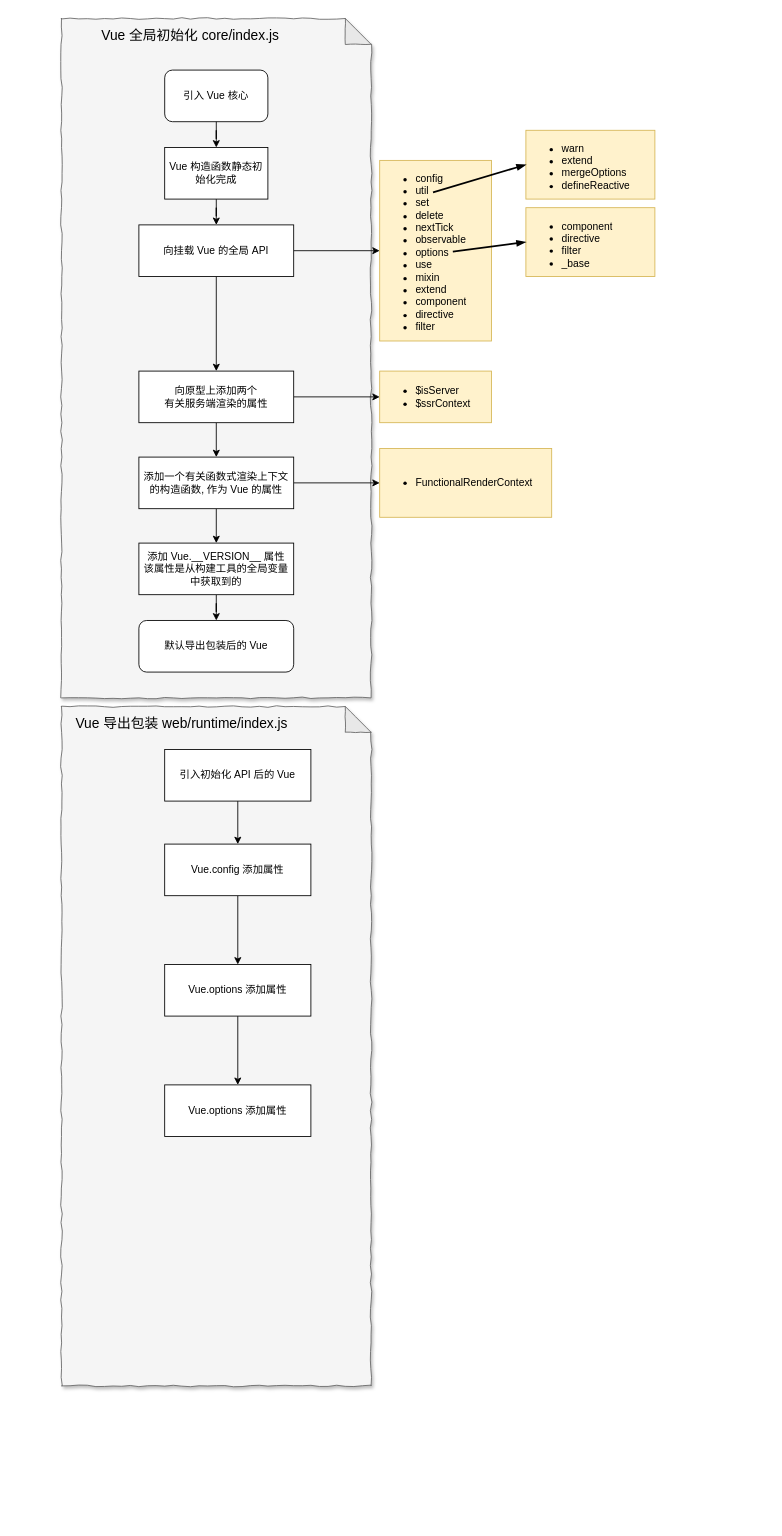
Above: page "第 1 页" (1 of 2) of diagram/Vue 全局初始化.drawio in uioz/library (draw.io), before the change. Source tidied: cells renumbered, new cells numbered last; positions are measured from the earlier drawing's top-left corner, leaving out a move shared by most shapes. Both pictures are drawn from the tidied source at 86%, with x=0, y=0 at pixel (61, 18).
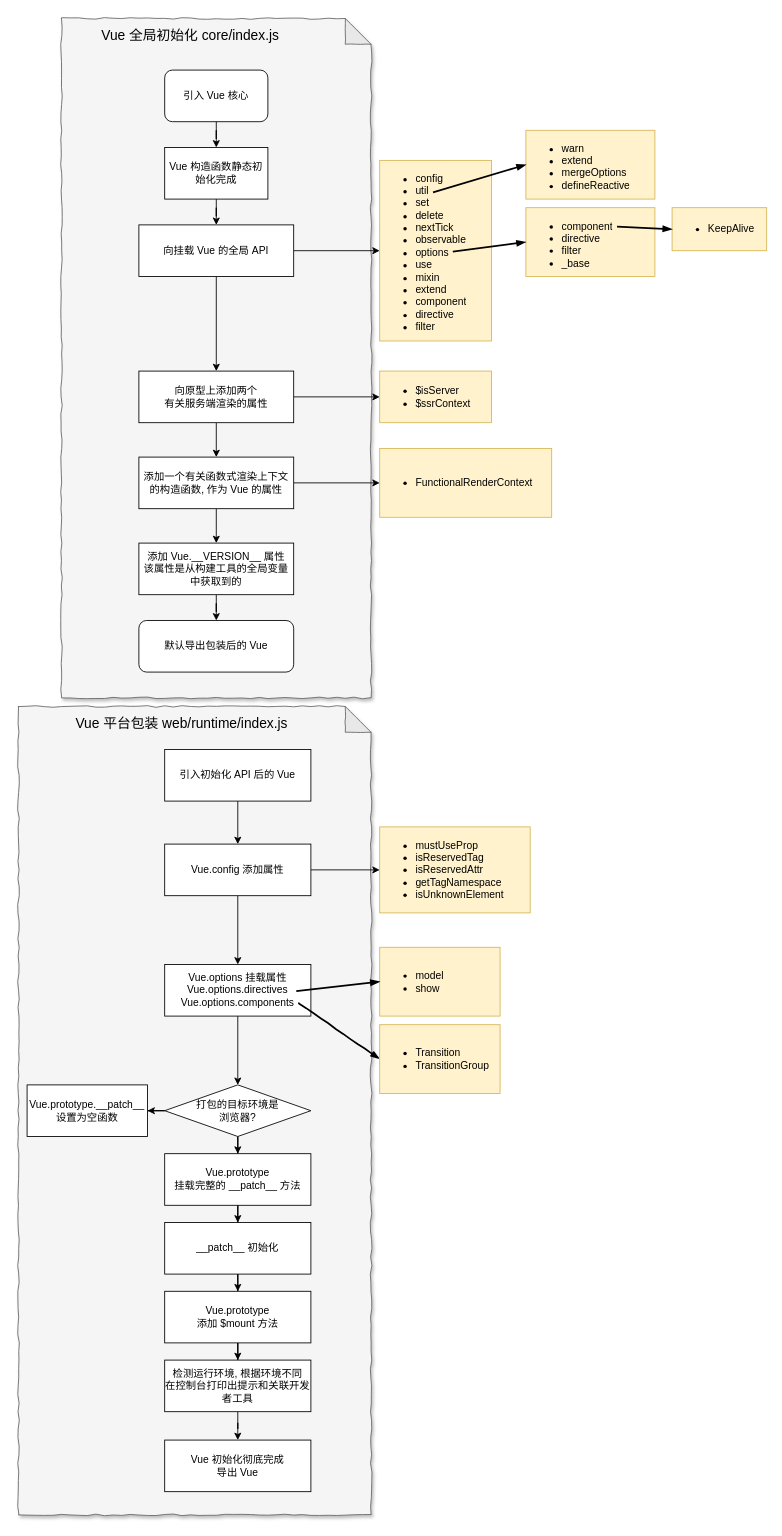
The same diagram, later.

The change refers to these unchanged cells:
```xml
<mxCell id="32" value="Vue.config 添加属性" style="rounded=0;whiteSpace=wrap;html=1;shadow=0;glass=0;comic=0;" parent="1" vertex="1">
  <mxGeometry x="120" y="960" width="170" height="60" as="geometry" />
</mxCell>
```

What changed in the source:
```diff
@@
     <mxCell id="27" style="shape=note;whiteSpace=wrap;html=1;backgroundOutline=1;darkOpacity=0.05;shadow=1;comic=1;fillColor=#f5f5f5;strokeColor=#666666;fontColor=#333333;" parent="1" vertex="1">
-      <mxGeometry y="800" width="360" height="790" as="geometry" />
+      <mxGeometry x="-50" y="800" width="410" height="940" as="geometry" />
     </mxCell>
-    <mxCell id="28" value="&lt;font style=&quot;font-size: 16px&quot;&gt;Vue 导出包装 web/runtime/index.js&lt;/font&gt;" style="text;html=1;strokeColor=none;fillColor=none;align=center;verticalAlign=middle;whiteSpace=wrap;rounded=0;shadow=0;glass=0;comic=0;" parent="1" vertex="1">
+    <mxCell id="28" value="&lt;font style=&quot;font-size: 16px&quot;&gt;Vue 平台包装 web/runtime/index.js&lt;/font&gt;" style="text;html=1;strokeColor=none;fillColor=none;align=center;verticalAlign=middle;whiteSpace=wrap;rounded=0;shadow=0;glass=0;comic=0;" parent="1" vertex="1">
       <mxGeometry y="810" width="280" height="20" as="geometry" />
     </mxCell>
@@
+    <mxCell id="36" style="edgeStyle=orthogonalEdgeStyle;rounded=0;jettySize=auto;html=1;entryX=0;entryY=0.5;entryDx=0;entryDy=0;" parent="1" edge="1" source="32" target="49">
+      <mxGeometry relative="1" as="geometry" />
+    </mxCell>
@@
-    <mxCell id="34" value="Vue.options 添加属性" style="rounded=0;whiteSpace=wrap;html=1;shadow=0;glass=0;comic=0;" parent="1" vertex="1">
+    <mxCell id="34" value="Vue.options 挂载属性&lt;br&gt;&lt;div&gt;&lt;span&gt;Vue&lt;/span&gt;&lt;span&gt;.&lt;/span&gt;&lt;span&gt;options&lt;/span&gt;&lt;span&gt;.&lt;/span&gt;&lt;span&gt;directives&lt;/span&gt;&lt;/div&gt;&lt;div&gt;&lt;div&gt;&lt;span&gt;Vue&lt;/span&gt;&lt;span&gt;.&lt;/span&gt;&lt;span&gt;options&lt;/span&gt;&lt;span&gt;.&lt;/span&gt;&lt;span&gt;components&lt;/span&gt;&lt;/div&gt;&lt;/div&gt;" style="rounded=0;whiteSpace=wrap;html=1;shadow=0;glass=0;comic=0;" parent="1" vertex="1">
       <mxGeometry x="120" y="1100" width="170" height="60" as="geometry" />
     </mxCell>
+    <mxCell id="37" style="edgeStyle=orthogonalEdgeStyle;rounded=0;comic=0;jettySize=auto;html=1;" parent="1" edge="1" source="35" target="41">
+      <mxGeometry relative="1" as="geometry" />
+    </mxCell>
+    <mxCell id="38" style="edgeStyle=orthogonalEdgeStyle;rounded=0;comic=0;jettySize=auto;html=1;" parent="1" edge="1" source="35" target="39">
+      <mxGeometry relative="1" as="geometry" />
+    </mxCell>
-    <mxCell id="35" value="Vue.options 添加属性" style="rounded=0;whiteSpace=wrap;html=1;shadow=0;glass=0;comic=0;" parent="1" vertex="1">
+    <mxCell id="35" value="打包的目标环境是&lt;br&gt;浏览器?&lt;br&gt;" style="rhombus;whiteSpace=wrap;html=1;shadow=0;fontFamily=Helvetica;fontSize=12;fontColor=#000000;align=center;strokeColor=#000000;fillColor=#ffffff;" parent="1" vertex="1">
       <mxGeometry x="120" y="1240" width="170" height="60" as="geometry" />
     </mxCell>
+    <mxCell id="39" value="Vue.prototype.&lt;span&gt;__patch__&lt;br&gt;设置为空函数&lt;br&gt;&lt;/span&gt;" style="rounded=0;whiteSpace=wrap;html=1;shadow=0;fontFamily=Helvetica;fontSize=12;fontColor=#000000;align=center;strokeColor=#000000;fillColor=#ffffff;" parent="1" vertex="1">
+      <mxGeometry x="-40" y="1240" width="140" height="60" as="geometry" />
+    </mxCell>
+    <mxCell id="40" style="edgeStyle=orthogonalEdgeStyle;rounded=0;comic=0;jettySize=auto;html=1;" parent="1" edge="1" source="41" target="43">
+      <mxGeometry relative="1" as="geometry" />
+    </mxCell>
+    <mxCell id="41" value="Vue.prototype&lt;br&gt;挂载完整的&amp;nbsp;&lt;span&gt;__patch__&lt;/span&gt;&lt;span&gt;&amp;nbsp;方法&lt;/span&gt;&lt;br&gt;" style="rounded=0;whiteSpace=wrap;html=1;shadow=0;fontFamily=Helvetica;fontSize=12;fontColor=#000000;align=center;strokeColor=#000000;fillColor=#ffffff;" parent="1" vertex="1">
+      <mxGeometry x="120" y="1320" width="170" height="60" as="geometry" />
+    </mxCell>
+    <mxCell id="42" style="edgeStyle=orthogonalEdgeStyle;rounded=0;comic=0;jettySize=auto;html=1;" parent="1" edge="1" source="43" target="45">
+      <mxGeometry relative="1" as="geometry" />
+    </mxCell>
+    <mxCell id="43" value="__patch__ 初始化&lt;br&gt;" style="rounded=0;whiteSpace=wrap;html=1;shadow=0;fontFamily=Helvetica;fontSize=12;fontColor=#000000;align=center;strokeColor=#000000;fillColor=#ffffff;" parent="1" vertex="1">
+      <mxGeometry x="120" y="1400" width="170" height="60" as="geometry" />
+    </mxCell>
+    <mxCell id="44" style="edgeStyle=orthogonalEdgeStyle;rounded=0;comic=0;jettySize=auto;html=1;" parent="1" edge="1" source="45" target="47">
+      <mxGeometry relative="1" as="geometry" />
+    </mxCell>
+    <mxCell id="45" value="Vue.prototype&lt;br&gt;添加 $mount 方法&lt;br&gt;" style="rounded=0;whiteSpace=wrap;html=1;shadow=0;fontFamily=Helvetica;fontSize=12;fontColor=#000000;align=center;strokeColor=#000000;fillColor=#ffffff;" parent="1" vertex="1">
+      <mxGeometry x="120" y="1480" width="170" height="60" as="geometry" />
+    </mxCell>
+    <mxCell id="46" style="edgeStyle=orthogonalEdgeStyle;rounded=0;comic=0;jettySize=auto;html=1;" parent="1" edge="1" source="47" target="48">
+      <mxGeometry relative="1" as="geometry" />
+    </mxCell>
+    <mxCell id="47" value="检测运行环境, 根据环境不同&lt;br&gt;在控制台打印出提示和关联开发者工具&lt;br&gt;" style="rounded=0;whiteSpace=wrap;html=1;shadow=0;fontFamily=Helvetica;fontSize=12;fontColor=#000000;align=center;strokeColor=#000000;fillColor=#ffffff;" parent="1" vertex="1">
+      <mxGeometry x="120" y="1560" width="170" height="60" as="geometry" />
+    </mxCell>
+    <mxCell id="48" value="Vue 初始化彻底完成&lt;br&gt;导出 Vue&lt;br&gt;" style="rounded=0;whiteSpace=wrap;html=1;shadow=0;fontFamily=Helvetica;fontSize=12;fontColor=#000000;align=center;strokeColor=#000000;fillColor=#ffffff;" parent="1" vertex="1">
+      <mxGeometry x="120" y="1653" width="170" height="60" as="geometry" />
+    </mxCell>
+    <mxCell id="49" value="&lt;ul&gt;&lt;li&gt;&lt;div&gt;&lt;span&gt;mustUseProp&lt;/span&gt;&lt;/div&gt;&lt;/li&gt;&lt;li&gt;&lt;div&gt;&lt;span&gt;&lt;div&gt;&lt;span&gt;isReservedTag&lt;/span&gt;&lt;/div&gt;&lt;/span&gt;&lt;/div&gt;&lt;/li&gt;&lt;li&gt;&lt;div&gt;&lt;span&gt;&lt;div&gt;&lt;span&gt;isReservedAttr&lt;/span&gt;&lt;/div&gt;&lt;/span&gt;&lt;/div&gt;&lt;/li&gt;&lt;li&gt;&lt;div&gt;&lt;span&gt;&lt;div&gt;&lt;span&gt;getTagNamespace&lt;/span&gt;&lt;/div&gt;&lt;/span&gt;&lt;/div&gt;&lt;/li&gt;&lt;li&gt;&lt;div&gt;&lt;span&gt;&lt;div&gt;&lt;span&gt;isUnknownElement&lt;/span&gt;&lt;/div&gt;&lt;/span&gt;&lt;/div&gt;&lt;/li&gt;&lt;/ul&gt;" style="text;strokeColor=#d6b656;fillColor=#fff2cc;html=1;whiteSpace=wrap;verticalAlign=middle;overflow=hidden;" parent="1" vertex="1">
+      <mxGeometry x="370" y="940" width="175" height="100" as="geometry" />
+    </mxCell>
+    <mxCell id="50" value="&lt;ul&gt;&lt;li&gt;model&lt;/li&gt;&lt;li&gt;show&lt;/li&gt;&lt;/ul&gt;" style="text;strokeColor=#d6b656;fillColor=#fff2cc;html=1;whiteSpace=wrap;verticalAlign=middle;overflow=hidden;" parent="1" vertex="1">
+      <mxGeometry x="370" y="1080" width="140" height="80" as="geometry" />
+    </mxCell>
+    <mxCell id="51" value="&lt;ul&gt;&lt;li&gt;&lt;div&gt;&lt;span&gt;Transition&lt;/span&gt;&lt;/div&gt;&lt;/li&gt;&lt;li&gt;&lt;div&gt;&lt;span&gt;&lt;div&gt;&lt;span&gt;TransitionGroup&lt;/span&gt;&lt;/div&gt;&lt;/span&gt;&lt;/div&gt;&lt;/li&gt;&lt;/ul&gt;" style="text;strokeColor=#d6b656;fillColor=#fff2cc;html=1;whiteSpace=wrap;verticalAlign=middle;overflow=hidden;" parent="1" vertex="1">
+      <mxGeometry x="370" y="1170" width="140" height="80" as="geometry" />
+    </mxCell>
+    <mxCell id="52" style="rounded=0;comic=0;strokeWidth=2;endArrow=blockThin;html=1;fontFamily=Comic Sans MS;fontStyle=1;exitX=0.9;exitY=0.517;exitDx=0;exitDy=0;exitPerimeter=0;entryX=0;entryY=0.5;entryDx=0;entryDy=0;" parent="1" edge="1" source="34" target="50">
+      <mxGeometry relative="1" as="geometry" />
+    </mxCell>
+    <mxCell id="53" style="rounded=0;comic=1;strokeWidth=2;endArrow=blockThin;html=1;fontFamily=Comic Sans MS;fontStyle=1;exitX=0.918;exitY=0.75;exitDx=0;exitDy=0;exitPerimeter=0;entryX=0;entryY=0.5;entryDx=0;entryDy=0;" parent="1" edge="1" source="34" target="51">
+      <mxGeometry relative="1" as="geometry" />
+    </mxCell>
+    <mxCell id="54" value="&lt;ul&gt;&lt;li&gt;&lt;div&gt;&lt;span&gt;KeepAlive&lt;/span&gt;&lt;/div&gt;&lt;/li&gt;&lt;/ul&gt;" style="text;strokeColor=#d6b656;fillColor=#fff2cc;html=1;whiteSpace=wrap;verticalAlign=middle;overflow=hidden;" parent="1" vertex="1">
+      <mxGeometry x="710" y="220" width="110" height="50" as="geometry" />
+    </mxCell>
+    <mxCell id="55" style="rounded=0;comic=0;strokeWidth=2;endArrow=blockThin;html=1;fontFamily=Comic Sans MS;fontStyle=1;entryX=0;entryY=0.5;entryDx=0;entryDy=0;" parent="1" edge="1" target="54">
+      <mxGeometry relative="1" as="geometry">
+        <mxPoint x="646" y="242" as="sourcePoint" />
+      </mxGeometry>
+    </mxCell>
```
